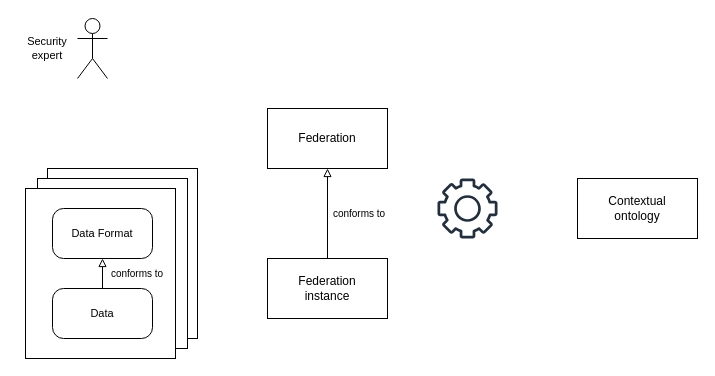
Earlier version of the draw.io diagram Diagramme sans nom.drawio (labsticc-p4s/cod4sar). Source tidied: cells renumbered, new cells numbered last; positions are measured from the earlier drawing's top-left corner, leaving out a move shared by most shapes. Both pictures are drawn from the tidied source at 100%, with x=0, y=0 at pixel (17, 18).
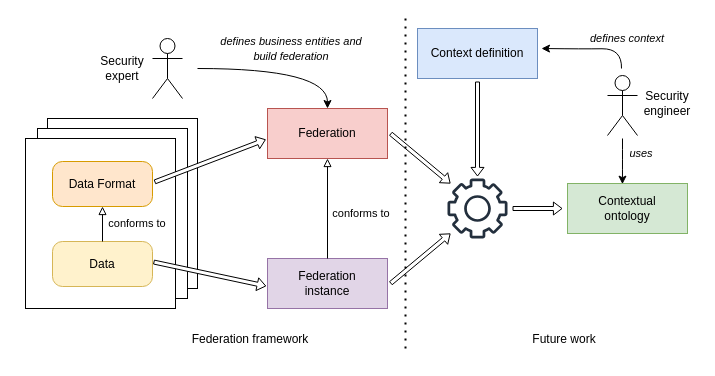
The same page after the edit.

Commit message:
Mettre à jour Diagramme sans nom.drawio

What changed in the source:
```diff
@@
     <mxCell id="2" value="&lt;br style=&quot;font-size: 11px;&quot;&gt;" style="shape=umlActor;verticalLabelPosition=bottom;verticalAlign=top;html=1;fontSize=11;" parent="1" vertex="1">
-      <mxGeometry x="60" width="30" height="60" as="geometry" />
+      <mxGeometry x="135" y="20" width="30" height="60" as="geometry" />
     </mxCell>
     <mxCell id="3" style="rounded=0;whiteSpace=wrap;html=1;" parent="1" vertex="1">
-      <mxGeometry x="30" y="150" width="150" height="170" as="geometry" />
+      <mxGeometry x="30" y="100" width="150" height="170" as="geometry" />
     </mxCell>
     <mxCell id="4" style="rounded=0;whiteSpace=wrap;html=1;" parent="1" vertex="1">
-      <mxGeometry x="20" y="160" width="150" height="170" as="geometry" />
+      <mxGeometry x="20" y="110" width="150" height="170" as="geometry" />
     </mxCell>
     <mxCell id="5" style="rounded=0;whiteSpace=wrap;html=1;" parent="1" vertex="1">
-      <mxGeometry x="8" y="170" width="150" height="170" as="geometry" />
+      <mxGeometry x="8" y="120" width="150" height="170" as="geometry" />
     </mxCell>
-    <mxCell id="6" value="Data Format" style="rounded=1;whiteSpace=wrap;html=1;arcSize=22;fontSize=11;" parent="1" vertex="1">
-      <mxGeometry x="35" y="190" width="100" height="50" as="geometry" />
+    <mxCell id="6" value="Data Format" style="rounded=1;whiteSpace=wrap;html=1;arcSize=22;fontSize=12;fillColor=#ffe6cc;strokeColor=#d79b00;" parent="1" vertex="1">
+      <mxGeometry x="35" y="143" width="100" height="45" as="geometry" />
     </mxCell>
-    <mxCell id="7" value="Data" style="rounded=1;whiteSpace=wrap;html=1;arcSize=22;fontSize=11;" parent="1" vertex="1">
-      <mxGeometry x="35" y="270" width="100" height="50" as="geometry" />
+    <mxCell id="7" value="Data" style="rounded=1;whiteSpace=wrap;html=1;arcSize=22;fontSize=12;fillColor=#fff2cc;strokeColor=#d6b656;" parent="1" vertex="1">
+      <mxGeometry x="35" y="223" width="100" height="45" as="geometry" />
     </mxCell>
@@
-    <mxCell id="9" value="conforms to" style="text;html=1;strokeColor=none;fillColor=none;align=center;verticalAlign=middle;whiteSpace=wrap;rounded=0;fontSize=10;" parent="1" vertex="1">
-      <mxGeometry x="90" y="240" width="60" height="30" as="geometry" />
+    <mxCell id="9" value="conforms to" style="text;html=1;strokeColor=none;fillColor=none;align=center;verticalAlign=middle;whiteSpace=wrap;rounded=0;fontSize=11;" parent="1" vertex="1">
+      <mxGeometry x="90" y="190" width="60" height="30" as="geometry" />
     </mxCell>
+    <mxCell id="17" style="edgeStyle=orthogonalEdgeStyle;rounded=0;jettySize=auto;html=1;exitX=0.5;exitY=0;exitDx=0;exitDy=0;curved=1;startArrow=classic;startFill=1;endArrow=none;endFill=0;" parent="1" edge="1" source="10">
+      <mxGeometry relative="1" as="geometry">
+        <mxPoint x="180" y="50" as="targetPoint" />
+        <Array as="points">
+          <mxPoint x="310" y="50" />
+        </Array>
+      </mxGeometry>
+    </mxCell>
-    <mxCell id="10" value="Federation" style="rounded=0;whiteSpace=wrap;html=1;" parent="1" vertex="1">
-      <mxGeometry x="250" y="90" width="120" height="60" as="geometry" />
+    <mxCell id="10" value="Federation" style="rounded=0;whiteSpace=wrap;html=1;fillColor=#f8cecc;strokeColor=#b85450;" parent="1" vertex="1">
+      <mxGeometry x="250" y="90" width="120" height="50" as="geometry" />
     </mxCell>
-    <mxCell id="11" value="Security expert" style="text;html=1;strokeColor=none;fillColor=none;align=center;verticalAlign=middle;whiteSpace=wrap;rounded=0;fontSize=11;" parent="1" vertex="1">
-      <mxGeometry y="15" width="60" height="30" as="geometry" />
+    <mxCell id="11" value="Security expert" style="text;html=1;strokeColor=none;fillColor=none;align=center;verticalAlign=middle;whiteSpace=wrap;rounded=0;fontSize=12;" parent="1" vertex="1">
+      <mxGeometry x="75" y="35" width="60" height="30" as="geometry" />
     </mxCell>
-    <mxCell id="12" value="Federation&lt;br&gt;instance" style="rounded=0;whiteSpace=wrap;html=1;" parent="1" vertex="1">
-      <mxGeometry x="250" y="240" width="120" height="60" as="geometry" />
+    <mxCell id="12" value="Federation&lt;br&gt;instance" style="rounded=0;whiteSpace=wrap;html=1;fillColor=#e1d5e7;strokeColor=#9673a6;" parent="1" vertex="1">
+      <mxGeometry x="250" y="240" width="120" height="50" as="geometry" />
     </mxCell>
@@
-    <mxCell id="14" value="conforms to" style="text;html=1;strokeColor=none;fillColor=none;align=center;verticalAlign=middle;whiteSpace=wrap;rounded=0;fontSize=10;" parent="1" vertex="1">
-      <mxGeometry x="312" y="180" width="60" height="30" as="geometry" />
+    <mxCell id="14" value="conforms to" style="text;html=1;strokeColor=none;fillColor=none;align=center;verticalAlign=middle;whiteSpace=wrap;rounded=0;fontSize=11;" parent="1" vertex="1">
+      <mxGeometry x="314" y="180" width="60" height="30" as="geometry" />
     </mxCell>
     <mxCell id="15" style="sketch=0;fontColor=#232F3E;gradientColor=none;fillColor=#232F3D;strokeColor=none;dashed=0;verticalLabelPosition=bottom;verticalAlign=top;align=center;html=1;fontSize=12;fontStyle=0;shape=mxgraph.aws4.gear;" parent="1" vertex="1">
-      <mxGeometry x="420" y="160" width="60" height="60" as="geometry" />
+      <mxGeometry x="430" y="160" width="60" height="60" as="geometry" />
     </mxCell>
-    <mxCell id="16" value="Contextual &lt;br&gt;ontology" style="rounded=0;whiteSpace=wrap;html=1;" parent="1" vertex="1">
-      <mxGeometry x="560" y="160" width="120" height="60" as="geometry" />
+    <mxCell id="16" value="Contextual &lt;br&gt;ontology" style="rounded=0;whiteSpace=wrap;html=1;fillColor=#d5e8d4;strokeColor=#82b366;" parent="1" vertex="1">
+      <mxGeometry x="550" y="165" width="120" height="50" as="geometry" />
     </mxCell>
+    <mxCell id="18" value="Context definition" style="rounded=0;whiteSpace=wrap;html=1;fillColor=#dae8fc;strokeColor=#6c8ebf;" parent="1" vertex="1">
+      <mxGeometry x="400" y="10" width="120" height="50" as="geometry" />
+    </mxCell>
+    <mxCell id="19" value="&lt;br style=&quot;font-size: 11px;&quot;&gt;" style="shape=umlActor;verticalLabelPosition=bottom;verticalAlign=top;html=1;fontSize=11;" parent="1" vertex="1">
+      <mxGeometry x="590" y="57" width="30" height="60" as="geometry" />
+    </mxCell>
+    <mxCell id="20" value="Security engineer" style="text;html=1;strokeColor=none;fillColor=none;align=center;verticalAlign=middle;whiteSpace=wrap;rounded=0;fontSize=12;" parent="1" vertex="1">
+      <mxGeometry x="620" y="70" width="60" height="30" as="geometry" />
+    </mxCell>
+    <mxCell id="21" value="&lt;font style=&quot;font-size: 11px;&quot;&gt;defines business entities and build federation&lt;/font&gt;" style="text;html=1;strokeColor=none;fillColor=none;align=center;verticalAlign=middle;whiteSpace=wrap;rounded=0;fontSize=12;fontStyle=2;" parent="1" vertex="1">
+      <mxGeometry x="199" y="15" width="150" height="30" as="geometry" />
+    </mxCell>
+    <mxCell id="22" style="shape=flexArrow;endArrow=classic;html=1;rounded=0;endWidth=8;endSize=2.526666666666667;width=4;fillColor=default;" parent="1" edge="1">
+      <mxGeometry relative="1" as="geometry">
+        <mxPoint x="495" y="190" as="sourcePoint" />
+        <mxPoint x="545" y="190" as="targetPoint" />
+      </mxGeometry>
+    </mxCell>
+    <mxCell id="23" style="shape=flexArrow;endArrow=classic;html=1;rounded=0;endWidth=8;endSize=2.526666666666667;width=4;entryX=-0.031;entryY=0.66;entryDx=0;entryDy=0;entryPerimeter=0;fillColor=default;exitX=1;exitY=0.5;exitDx=0;exitDy=0;" parent="1" edge="1">
+      <mxGeometry relative="1" as="geometry">
+        <mxPoint x="137" y="163.5" as="sourcePoint" />
+        <mxPoint x="248.3" y="121" as="targetPoint" />
+      </mxGeometry>
+    </mxCell>
+    <mxCell id="24" style="shape=flexArrow;endArrow=classic;html=1;rounded=0;endWidth=8;endSize=2.526666666666667;width=4;entryX=-0.019;entryY=0.593;entryDx=0;entryDy=0;entryPerimeter=0;fillColor=default;exitX=1;exitY=0.5;exitDx=0;exitDy=0;" parent="1" edge="1">
+      <mxGeometry relative="1" as="geometry">
+        <mxPoint x="136" y="243.5" as="sourcePoint" />
+        <mxPoint x="248.7" y="267.6" as="targetPoint" />
+      </mxGeometry>
+    </mxCell>
+    <mxCell id="25" style="shape=flexArrow;endArrow=classic;html=1;rounded=0;endWidth=8;endSize=2.526666666666667;width=4;fillColor=default;exitX=1;exitY=0.5;exitDx=0;exitDy=0;" parent="1" edge="1">
+      <mxGeometry relative="1" as="geometry">
+        <mxPoint x="373" y="115" as="sourcePoint" />
+        <mxPoint x="433" y="165" as="targetPoint" />
+      </mxGeometry>
+    </mxCell>
+    <mxCell id="26" style="shape=flexArrow;endArrow=classic;html=1;rounded=0;endWidth=8;endSize=2.526666666666667;width=4;fillColor=default;exitX=1;exitY=0.5;exitDx=0;exitDy=0;" parent="1" edge="1">
+      <mxGeometry relative="1" as="geometry">
+        <mxPoint x="373" y="265" as="sourcePoint" />
+        <mxPoint x="433" y="215" as="targetPoint" />
+      </mxGeometry>
+    </mxCell>
+    <mxCell id="27" style="shape=flexArrow;endArrow=classic;html=1;rounded=0;endWidth=8;endSize=2.526666666666667;width=4;fillColor=default;exitX=1;exitY=0.5;exitDx=0;exitDy=0;" parent="1" edge="1">
+      <mxGeometry relative="1" as="geometry">
+        <mxPoint x="460" y="63" as="sourcePoint" />
+        <mxPoint x="460" y="158" as="targetPoint" />
+      </mxGeometry>
+    </mxCell>
+    <mxCell id="28" style="edgeStyle=orthogonalEdgeStyle;rounded=0;orthogonalLoop=1;jettySize=auto;html=1;exitX=1;exitY=0.5;exitDx=0;exitDy=0;curved=1;startArrow=classic;startFill=1;endArrow=none;endFill=0;" parent="1" edge="1">
+      <mxGeometry relative="1" as="geometry">
+        <mxPoint x="524" y="30" as="sourcePoint" />
+        <mxPoint x="604" y="50" as="targetPoint" />
+      </mxGeometry>
+    </mxCell>
+    <mxCell id="29" value="&lt;font style=&quot;font-size: 11px;&quot;&gt;defines context&lt;/font&gt;" style="text;html=1;strokeColor=none;fillColor=none;align=center;verticalAlign=middle;whiteSpace=wrap;rounded=0;fontSize=12;fontStyle=2;" parent="1" vertex="1">
+      <mxGeometry x="560" y="5" width="100" height="30" as="geometry" />
+    </mxCell>
+    <mxCell id="30" style="edgeStyle=orthogonalEdgeStyle;rounded=0;jettySize=auto;html=1;exitX=0.458;exitY=0.013;exitDx=0;exitDy=0;curved=1;startArrow=classic;startFill=1;endArrow=none;endFill=0;exitPerimeter=0;" parent="1" edge="1" source="16">
+      <mxGeometry relative="1" as="geometry">
+        <mxPoint x="605" y="120" as="targetPoint" />
+      </mxGeometry>
+    </mxCell>
+    <mxCell id="31" value="uses" style="text;html=1;strokeColor=none;fillColor=none;align=center;verticalAlign=middle;whiteSpace=wrap;rounded=0;fontSize=11;fontStyle=2;" parent="1" vertex="1">
+      <mxGeometry x="604" y="120" width="40" height="30" as="geometry" />
+    </mxCell>
+    <mxCell id="32" style="endArrow=none;dashed=1;html=1;dashPattern=1 3;strokeWidth=2;rounded=0;" parent="1" edge="1">
+      <mxGeometry relative="1" as="geometry">
+        <mxPoint x="388" y="330" as="sourcePoint" />
+        <mxPoint x="388" as="targetPoint" />
+      </mxGeometry>
+    </mxCell>
+    <mxCell id="33" value="Federation framework" style="text;html=1;strokeColor=none;fillColor=none;align=center;verticalAlign=middle;whiteSpace=wrap;rounded=0;fontSize=12;" parent="1" vertex="1">
+      <mxGeometry x="158" y="306" width="150" height="30" as="geometry" />
+    </mxCell>
+    <mxCell id="34" value="Future work" style="text;html=1;strokeColor=none;fillColor=none;align=center;verticalAlign=middle;whiteSpace=wrap;rounded=0;fontSize=12;" parent="1" vertex="1">
+      <mxGeometry x="472" y="306" width="150" height="30" as="geometry" />
+    </mxCell>
```
